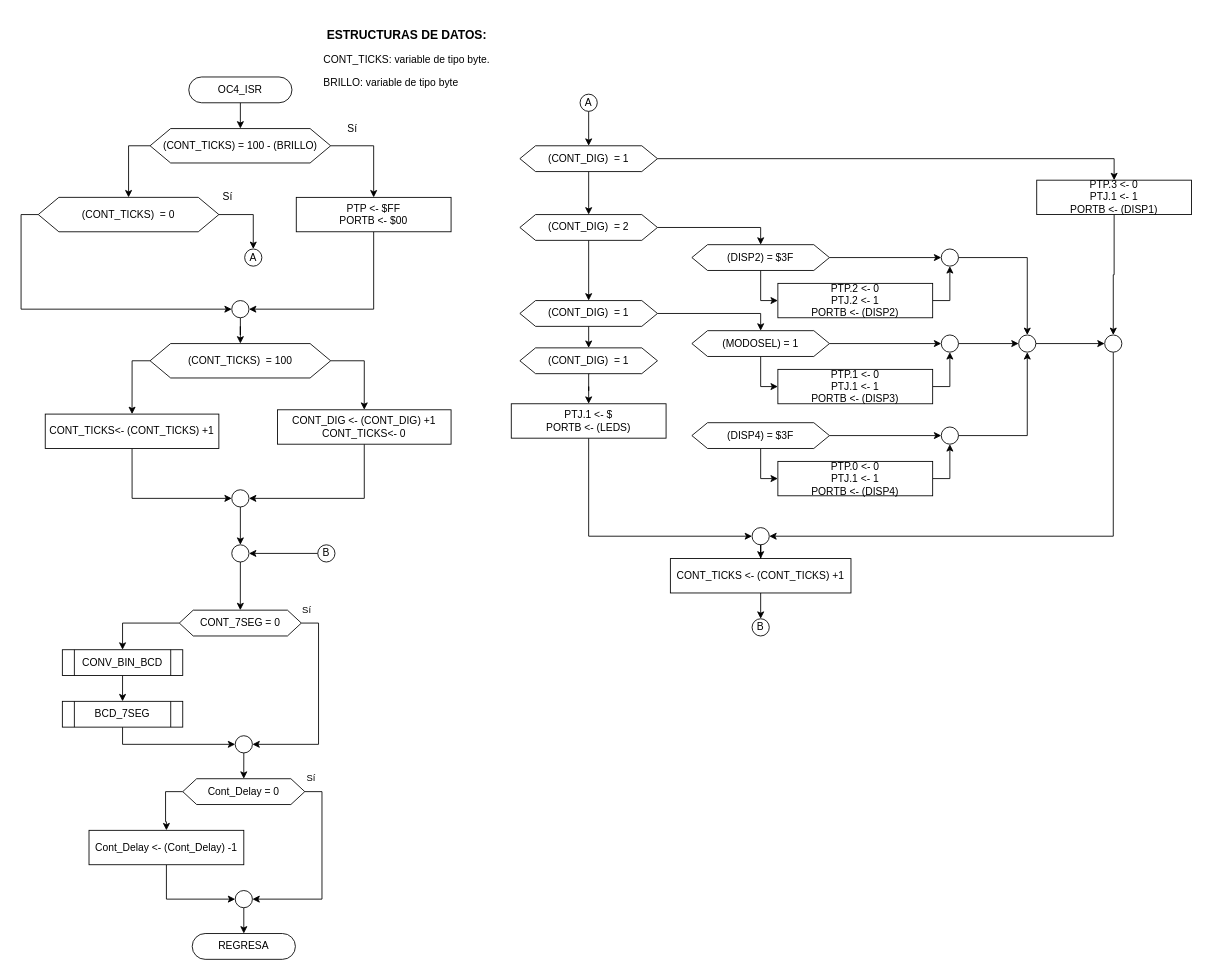
Earlier version of the draw.io diagram Tareas/T5/diagramas/drawio/OCR4_ISR.drawio (moisotico/Microprocesadores). Source tidied: cells renumbered, new cells numbered last; positions are measured from the earlier drawing's top-left corner, leaving out a move shared by most shapes. Both pictures are drawn from the tidied source at 86%, with x=0, y=0 at pixel (38, 25).
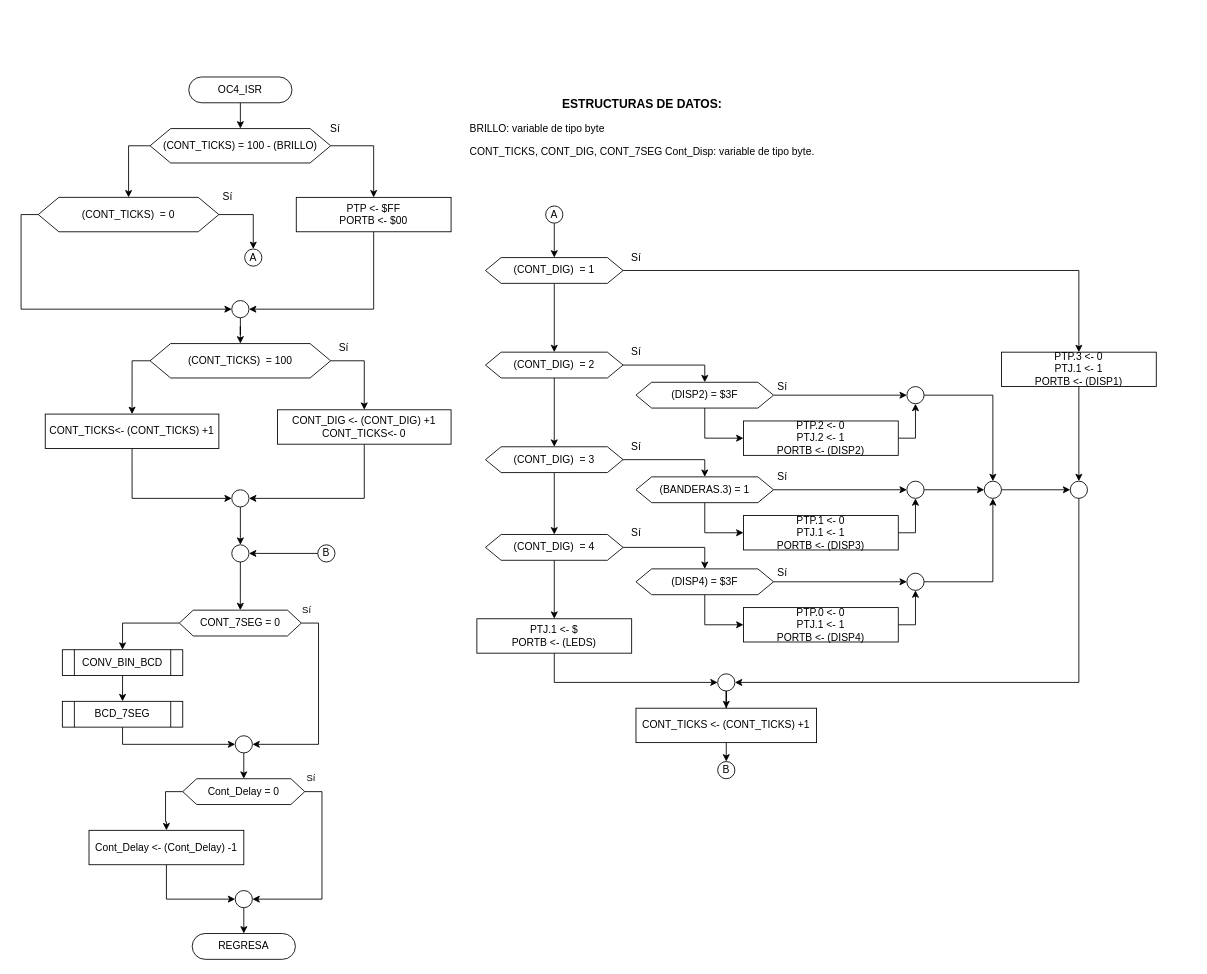
After the change.

Diff of the diagram source:
```diff
@@
-    <mxCell id="8" value="&lt;h3 style=&quot;text-align: center&quot;&gt;ESTRUCTURAS DE DATOS:&lt;/h3&gt;&lt;p&gt;CONT_TICKS: variable de tipo byte.&lt;/p&gt;&lt;p&gt;&lt;span&gt;BRILLO: variable de tipo byte&lt;/span&gt;&lt;/p&gt;&lt;p&gt;&lt;br&gt;&lt;/p&gt;&lt;p&gt;&lt;/p&gt;" style="text;html=1;strokeColor=none;fillColor=none;align=left;verticalAlign=middle;whiteSpace=wrap;rounded=0;" parent="1" vertex="1">
-      <mxGeometry x="330" width="268.7" height="100" as="geometry" />
+    <mxCell id="8" value="&lt;h3 style=&quot;text-align: center&quot;&gt;ESTRUCTURAS DE DATOS:&lt;/h3&gt;&lt;p&gt;BRILLO: variable de tipo byte&lt;br&gt;&lt;/p&gt;&lt;p&gt;CONT_TICKS, CONT_DIG, CONT_7SEG Cont_Disp: variable de tipo byte.&lt;/p&gt;&lt;p&gt;&lt;br&gt;&lt;/p&gt;&lt;p&gt;&lt;/p&gt;" style="text;html=1;strokeColor=none;fillColor=none;align=left;verticalAlign=middle;whiteSpace=wrap;rounded=0;" parent="1" vertex="1">
+      <mxGeometry x="500" y="60" width="440" height="140" as="geometry" />
     </mxCell>
@@
     <mxCell id="28" value="Sí" style="text;html=1;align=center;verticalAlign=middle;" parent="1" vertex="1">
-      <mxGeometry x="350" y="110" width="30" height="20" as="geometry" />
+      <mxGeometry x="330" y="110" width="30" height="20" as="geometry" />
     </mxCell>
@@
     <mxCell id="35" value="A" style="ellipse;whiteSpace=wrap;html=1;" parent="1" vertex="1">
-      <mxGeometry x="630" y="80" width="20" height="20" as="geometry" />
+      <mxGeometry x="590" y="210" width="20" height="20" as="geometry" />
     </mxCell>
@@
     <mxCell id="38" value="(CONT_DIG)&amp;nbsp; = 1" style="shape=hexagon;perimeter=hexagonPerimeter2;whiteSpace=wrap;html=1;size=0.11394117647058827;" parent="1" vertex="1">
-      <mxGeometry x="560" y="140" width="160" height="30" as="geometry" />
+      <mxGeometry x="520" y="270" width="160" height="30" as="geometry" />
     </mxCell>
@@
     <mxCell id="41" value="(CONT_DIG)&amp;nbsp; = 2" style="shape=hexagon;perimeter=hexagonPerimeter2;whiteSpace=wrap;html=1;size=0.11394117647058827;" parent="1" vertex="1">
-      <mxGeometry x="560" y="220" width="160" height="30" as="geometry" />
+      <mxGeometry x="520" y="380" width="160" height="30" as="geometry" />
     </mxCell>
@@
     <mxCell id="44" value="(DISP2) = $3F" style="shape=hexagon;perimeter=hexagonPerimeter2;whiteSpace=wrap;html=1;size=0.11394117647058827;" parent="1" vertex="1">
-      <mxGeometry x="760" y="255" width="160" height="30" as="geometry" />
+      <mxGeometry x="695" y="415" width="160" height="30" as="geometry" />
     </mxCell>
@@
-    <mxCell id="47" value="(CONT_DIG)&amp;nbsp; = 1" style="shape=hexagon;perimeter=hexagonPerimeter2;whiteSpace=wrap;html=1;size=0.11394117647058827;" parent="1" vertex="1">
-      <mxGeometry x="560" y="320" width="160" height="30" as="geometry" />
+    <mxCell id="47" value="(CONT_DIG)&amp;nbsp; = 3" style="shape=hexagon;perimeter=hexagonPerimeter2;whiteSpace=wrap;html=1;size=0.11394117647058827;" parent="1" vertex="1">
+      <mxGeometry x="520" y="490" width="160" height="30" as="geometry" />
     </mxCell>
-    <mxCell id="48" style="edgeStyle=orthogonalEdgeStyle;rounded=0;jettySize=auto;html=1;exitX=0.5;exitY=1;exitDx=0;exitDy=0;entryX=0.5;entryY=0;entryDx=0;entryDy=0;" parent="1" edge="1" source="50">
-      <mxGeometry relative="1" as="geometry">
-        <mxPoint x="641" y="391" as="targetPoint" />
-      </mxGeometry>
-    </mxCell>
@@
+    <mxCell id="98" style="edgeStyle=orthogonalEdgeStyle;rounded=0;jettySize=auto;html=1;exitX=1;exitY=0.5;exitDx=0;exitDy=0;entryX=0.5;entryY=0;entryDx=0;entryDy=0;" parent="1" edge="1" source="50" target="76">
+      <mxGeometry relative="1" as="geometry" />
+    </mxCell>
-    <mxCell id="50" value="(CONT_DIG)&amp;nbsp; = 1" style="shape=hexagon;perimeter=hexagonPerimeter2;whiteSpace=wrap;html=1;size=0.11394117647058827;" parent="1" vertex="1">
-      <mxGeometry x="560" y="375" width="160" height="30" as="geometry" />
+    <mxCell id="50" value="(CONT_DIG)&amp;nbsp; = 4" style="shape=hexagon;perimeter=hexagonPerimeter2;whiteSpace=wrap;html=1;size=0.11394117647058827;" parent="1" vertex="1">
+      <mxGeometry x="520" y="592" width="160" height="30" as="geometry" />
     </mxCell>
@@
     <mxCell id="52" value="PTJ.1 &amp;lt;- $&lt;br&gt;PORTB &amp;lt;- (LEDS)" style="rounded=0;whiteSpace=wrap;html=1;" parent="1" vertex="1">
-      <mxGeometry x="550" y="440" width="180" height="40" as="geometry" />
+      <mxGeometry x="510" y="690" width="180" height="40" as="geometry" />
     </mxCell>
@@
     <mxCell id="54" value="PTP.3 &amp;lt;- 0&lt;br&gt;PTJ.1 &amp;lt;- 1&lt;br&gt;PORTB &amp;lt;- (DISP1)" style="rounded=0;whiteSpace=wrap;html=1;" parent="1" vertex="1">
-      <mxGeometry x="1161" y="180" width="180" height="40" as="geometry" />
+      <mxGeometry x="1120" y="380" width="180" height="40" as="geometry" />
     </mxCell>
@@
     <mxCell id="56" style="ellipse;whiteSpace=wrap;html=1;" parent="1" vertex="1">
-      <mxGeometry x="830" y="584" width="20" height="20" as="geometry" />
+      <mxGeometry x="790" y="754" width="20" height="20" as="geometry" />
     </mxCell>
@@
     <mxCell id="58" value="CONT_TICKS &amp;lt;- (CONT_TICKS) +1" style="rounded=0;whiteSpace=wrap;html=1;" parent="1" vertex="1">
-      <mxGeometry x="735" y="620" width="210" height="40" as="geometry" />
+      <mxGeometry x="695" y="794" width="210" height="40" as="geometry" />
     </mxCell>
@@
     <mxCell id="60" value="PTP.2 &amp;lt;- 0&lt;br&gt;PTJ.2 &amp;lt;- 1&lt;br&gt;PORTB &amp;lt;- (DISP2)" style="rounded=0;whiteSpace=wrap;html=1;" parent="1" vertex="1">
-      <mxGeometry x="860" y="300" width="180" height="40" as="geometry" />
+      <mxGeometry x="820" y="460" width="180" height="40" as="geometry" />
     </mxCell>
@@
     <mxCell id="62" style="ellipse;whiteSpace=wrap;html=1;" parent="1" vertex="1">
-      <mxGeometry x="1050" y="260" width="20" height="20" as="geometry" />
+      <mxGeometry x="1010" y="420" width="20" height="20" as="geometry" />
     </mxCell>
@@
     <mxCell id="64" style="ellipse;whiteSpace=wrap;html=1;" parent="1" vertex="1">
-      <mxGeometry x="1140" y="360" width="20" height="20" as="geometry" />
+      <mxGeometry x="1100" y="530" width="20" height="20" as="geometry" />
     </mxCell>
@@
     <mxCell id="66" style="ellipse;whiteSpace=wrap;html=1;" parent="1" vertex="1">
-      <mxGeometry x="1240" y="360" width="20" height="20" as="geometry" />
+      <mxGeometry x="1200" y="530" width="20" height="20" as="geometry" />
     </mxCell>
@@
-    <mxCell id="69" value="(MODOSEL) = 1" style="shape=hexagon;perimeter=hexagonPerimeter2;whiteSpace=wrap;html=1;size=0.11394117647058827;" parent="1" vertex="1">
-      <mxGeometry x="760" y="355" width="160" height="30" as="geometry" />
+    <mxCell id="69" value="(BANDERAS.3) = 1" style="shape=hexagon;perimeter=hexagonPerimeter2;whiteSpace=wrap;html=1;size=0.11394117647058827;" parent="1" vertex="1">
+      <mxGeometry x="695" y="525" width="160" height="30" as="geometry" />
     </mxCell>
@@
     <mxCell id="71" value="PTP.1 &amp;lt;- 0&lt;br&gt;PTJ.1 &amp;lt;- 1&lt;br&gt;PORTB &amp;lt;- (DISP3)" style="rounded=0;whiteSpace=wrap;html=1;" parent="1" vertex="1">
-      <mxGeometry x="860" y="400" width="180" height="40" as="geometry" />
+      <mxGeometry x="820" y="570" width="180" height="40" as="geometry" />
     </mxCell>
@@
     <mxCell id="73" style="ellipse;whiteSpace=wrap;html=1;" parent="1" vertex="1">
-      <mxGeometry x="1050" y="360" width="20" height="20" as="geometry" />
+      <mxGeometry x="1010" y="530" width="20" height="20" as="geometry" />
     </mxCell>
@@
     <mxCell id="76" value="(DISP4) = $3F" style="shape=hexagon;perimeter=hexagonPerimeter2;whiteSpace=wrap;html=1;size=0.11394117647058827;" parent="1" vertex="1">
-      <mxGeometry x="760" y="462" width="160" height="30" as="geometry" />
+      <mxGeometry x="695" y="632" width="160" height="30" as="geometry" />
     </mxCell>
@@
     <mxCell id="78" value="PTP.0 &amp;lt;- 0&lt;br&gt;PTJ.1 &amp;lt;- 1&lt;br&gt;PORTB &amp;lt;- (DISP4)" style="rounded=0;whiteSpace=wrap;html=1;" parent="1" vertex="1">
-      <mxGeometry x="860" y="507" width="180" height="40" as="geometry" />
+      <mxGeometry x="820" y="677" width="180" height="40" as="geometry" />
     </mxCell>
@@
     <mxCell id="80" style="ellipse;whiteSpace=wrap;html=1;" parent="1" vertex="1">
-      <mxGeometry x="1050" y="467" width="20" height="20" as="geometry" />
+      <mxGeometry x="1010" y="637" width="20" height="20" as="geometry" />
     </mxCell>
@@
     <mxCell id="97" value="B" style="ellipse;whiteSpace=wrap;html=1;" parent="1" vertex="1">
-      <mxGeometry x="830" y="690" width="20" height="20" as="geometry" />
+      <mxGeometry x="790" y="856" width="20" height="20" as="geometry" />
     </mxCell>
+    <mxCell id="99" value="Sí" style="text;html=1;align=center;verticalAlign=middle;" parent="1" vertex="1">
+      <mxGeometry x="340" y="365" width="30" height="20" as="geometry" />
+    </mxCell>
+    <mxCell id="100" value="Sí" style="text;html=1;align=center;verticalAlign=middle;" parent="1" vertex="1">
+      <mxGeometry x="680" y="260" width="30" height="20" as="geometry" />
+    </mxCell>
+    <mxCell id="101" value="Sí" style="text;html=1;align=center;verticalAlign=middle;" parent="1" vertex="1">
+      <mxGeometry x="680" y="370" width="30" height="20" as="geometry" />
+    </mxCell>
+    <mxCell id="102" value="Sí" style="text;html=1;align=center;verticalAlign=middle;" parent="1" vertex="1">
+      <mxGeometry x="680" y="480" width="30" height="20" as="geometry" />
+    </mxCell>
+    <mxCell id="103" value="Sí" style="text;html=1;align=center;verticalAlign=middle;" parent="1" vertex="1">
+      <mxGeometry x="680" y="580" width="30" height="20" as="geometry" />
+    </mxCell>
+    <mxCell id="104" value="Sí" style="text;html=1;align=center;verticalAlign=middle;" parent="1" vertex="1">
+      <mxGeometry x="850" y="410" width="30" height="20" as="geometry" />
+    </mxCell>
+    <mxCell id="105" value="Sí" style="text;html=1;align=center;verticalAlign=middle;" parent="1" vertex="1">
+      <mxGeometry x="850" y="515" width="30" height="20" as="geometry" />
+    </mxCell>
+    <mxCell id="106" value="Sí" style="text;html=1;align=center;verticalAlign=middle;" parent="1" vertex="1">
+      <mxGeometry x="850" y="627" width="30" height="20" as="geometry" />
+    </mxCell>
```
